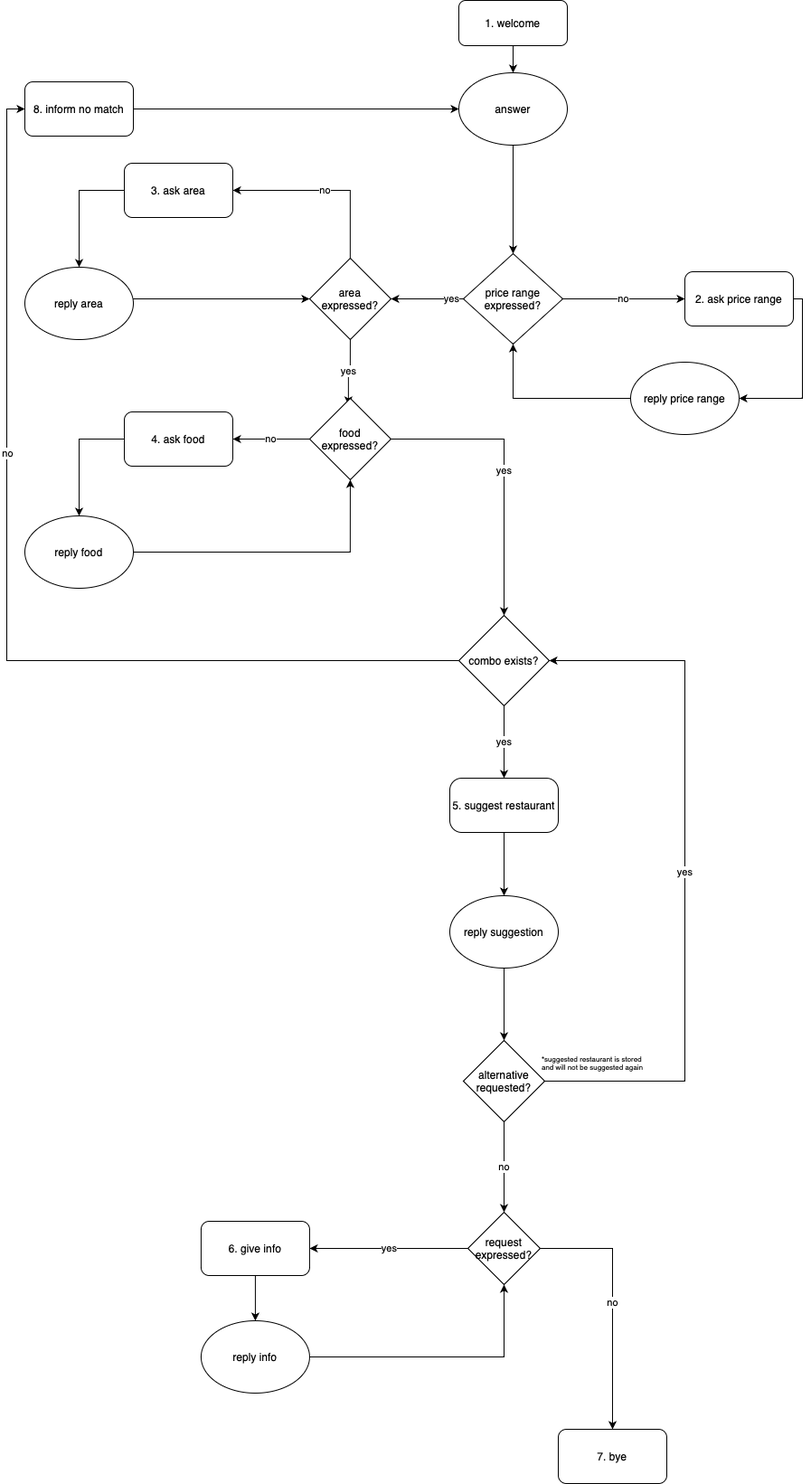
This is figs/1b_dialogdiagram.drawio.png from annebelleo/MAIR-group12, a draw.io export, as it was before one commit. Source tidied: cells renumbered, new cells last; positions are measured from the earlier drawing's top-left corner, leaving out a move shared by most shapes.
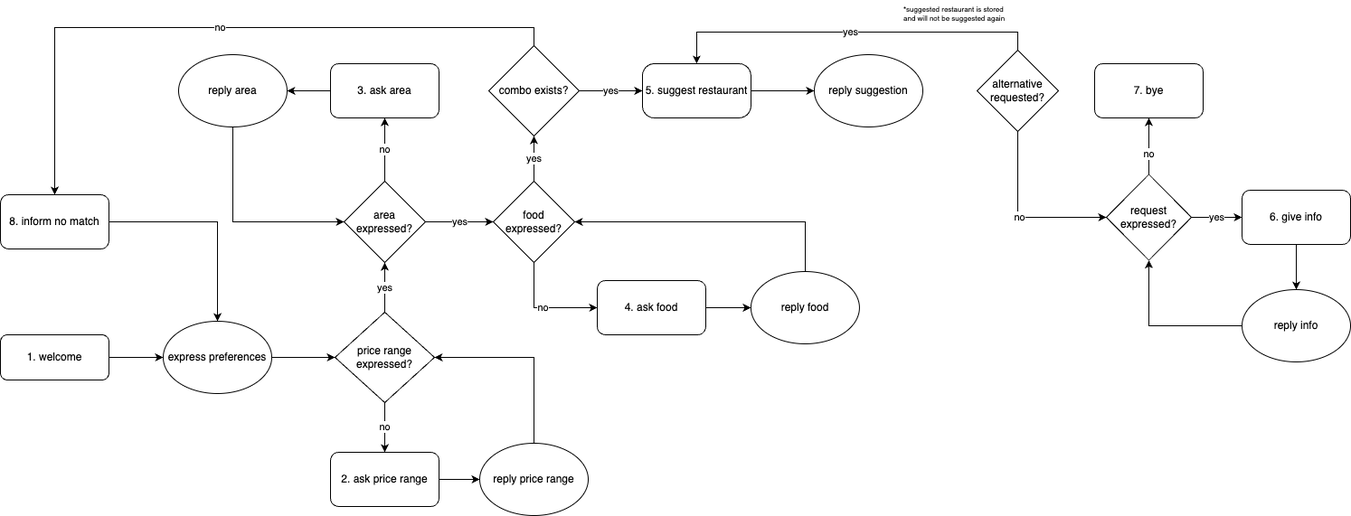
After the change.

Commit message:
updated diagram for report

Change to the diagram source:
```diff
@@ -2,176 +2,143 @@
   <root>
     <mxCell id="0" />
     <mxCell id="1" parent="0" />
-    <mxCell id="2" style="edgeStyle=orthogonalEdgeStyle;rounded=0;jettySize=auto;html=1;exitX=0.5;exitY=1;exitDx=0;exitDy=0;entryX=0.5;entryY=0;entryDx=0;entryDy=0;" parent="1" edge="1" source="3" target="5">
-      <mxGeometry relative="1" as="geometry" />
-    </mxCell>
+    <mxCell id="49" style="edgeStyle=orthogonalEdgeStyle;rounded=0;jettySize=auto;html=1;exitX=1;exitY=0.5;exitDx=0;exitDy=0;entryX=0;entryY=0.5;entryDx=0;entryDy=0;" parent="1" edge="1" source="3" target="51">
+      <mxGeometry relative="1" as="geometry" />
+    </mxCell>
     <mxCell id="3" value="1. welcome" style="rounded=1;whiteSpace=wrap;html=1;" parent="1" vertex="1">
-      <mxGeometry x="480" width="120" height="50" as="geometry" />
+      <mxGeometry x="-560" y="-500" width="120" height="50" as="geometry" />
     </mxCell>
-    <mxCell id="4" style="edgeStyle=orthogonalEdgeStyle;rounded=0;jettySize=auto;html=1;entryX=0.5;entryY=0;entryDx=0;entryDy=0;" parent="1" edge="1" source="5" target="8">
-      <mxGeometry relative="1" as="geometry" />
-    </mxCell>
-    <mxCell id="5" value="answer" style="ellipse;whiteSpace=wrap;html=1;" parent="1" vertex="1">
-      <mxGeometry x="480" y="80" width="120" height="80" as="geometry" />
-    </mxCell>
-    <mxCell id="6" value="no" style="edgeStyle=orthogonalEdgeStyle;rounded=0;jettySize=auto;html=1;exitX=1;exitY=0.5;exitDx=0;exitDy=0;" parent="1" edge="1" source="8" target="10">
-      <mxGeometry relative="1" as="geometry" />
-    </mxCell>
+    <mxCell id="50" style="edgeStyle=orthogonalEdgeStyle;rounded=0;jettySize=auto;html=1;exitX=1;exitY=0.5;exitDx=0;exitDy=0;entryX=0;entryY=0.5;entryDx=0;entryDy=0;" parent="1" edge="1" source="51" target="8">
+      <mxGeometry relative="1" as="geometry" />
+    </mxCell>
+    <mxCell id="51" value="express preferences" style="ellipse;whiteSpace=wrap;html=1;" parent="1" vertex="1">
+      <mxGeometry x="-380" y="-515" width="120" height="80" as="geometry" />
+    </mxCell>
+    <mxCell id="52" style="edgeStyle=orthogonalEdgeStyle;rounded=0;jettySize=auto;html=1;exitX=1;exitY=0.5;exitDx=0;exitDy=0;entryX=0.5;entryY=0;entryDx=0;entryDy=0;" parent="1" edge="1" source="38" target="51">
+      <mxGeometry relative="1" as="geometry" />
+    </mxCell>
+    <mxCell id="38" value="8. inform no match" style="rounded=1;whiteSpace=wrap;html=1;" parent="1" vertex="1">
+      <mxGeometry x="-560" y="-655" width="120" height="60" as="geometry" />
+    </mxCell>
+    <mxCell id="24" value="no" style="edgeStyle=orthogonalEdgeStyle;rounded=0;jettySize=auto;html=1;exitX=0.5;exitY=1;exitDx=0;exitDy=0;entryX=0.5;entryY=0;entryDx=0;entryDy=0;" parent="1" edge="1" source="8" target="10">
+      <mxGeometry relative="1" as="geometry" />
+    </mxCell>
-    <mxCell id="7" value="yes" style="edgeStyle=orthogonalEdgeStyle;rounded=0;jettySize=auto;html=1;exitX=0;exitY=0;exitDx=0;exitDy=0;" parent="1" edge="1" source="8" target="33">
-      <mxGeometry relative="1" as="geometry">
-        <Array as="points">
-          <mxPoint x="513" y="330" />
-          <mxPoint x="345" y="330" />
-        </Array>
-      </mxGeometry>
+    <mxCell id="7" value="yes" style="edgeStyle=orthogonalEdgeStyle;rounded=0;jettySize=auto;html=1;exitX=0.5;exitY=0;exitDx=0;exitDy=0;entryX=0.5;entryY=1;entryDx=0;entryDy=0;" parent="1" edge="1" source="8" target="33">
+      <mxGeometry relative="1" as="geometry" />
     </mxCell>
     <mxCell id="8" value="price range expressed?" style="rhombus;whiteSpace=wrap;html=1;" parent="1" vertex="1">
-      <mxGeometry x="485" y="280" width="110" height="100" as="geometry" />
+      <mxGeometry x="-190" y="-525" width="110" height="100" as="geometry" />
     </mxCell>
-    <mxCell id="9" style="edgeStyle=orthogonalEdgeStyle;rounded=0;jettySize=auto;html=1;exitX=1;exitY=0.5;exitDx=0;exitDy=0;entryX=1;entryY=0.5;entryDx=0;entryDy=0;" parent="1" edge="1" source="10" target="14">
-      <mxGeometry relative="1" as="geometry">
-        <Array as="points">
-          <mxPoint x="860" y="330" />
-          <mxPoint x="860" y="440" />
-        </Array>
-      </mxGeometry>
+    <mxCell id="9" style="edgeStyle=orthogonalEdgeStyle;rounded=0;jettySize=auto;html=1;exitX=1;exitY=0.5;exitDx=0;exitDy=0;entryX=0;entryY=0.5;entryDx=0;entryDy=0;" parent="1" edge="1" source="10" target="14">
+      <mxGeometry relative="1" as="geometry" />
     </mxCell>
     <mxCell id="10" value="2. ask price range" style="rounded=1;whiteSpace=wrap;html=1;" parent="1" vertex="1">
-      <mxGeometry x="730" y="300" width="120" height="60" as="geometry" />
+      <mxGeometry x="-195" y="-370" width="120" height="60" as="geometry" />
     </mxCell>
+    <mxCell id="13" style="edgeStyle=orthogonalEdgeStyle;rounded=0;jettySize=auto;html=1;exitX=0.5;exitY=0;exitDx=0;exitDy=0;entryX=1;entryY=0.5;entryDx=0;entryDy=0;" parent="1" edge="1" source="14" target="8">
+      <mxGeometry relative="1" as="geometry" />
+    </mxCell>
+    <mxCell id="14" value="reply price range" style="ellipse;whiteSpace=wrap;html=1;" parent="1" vertex="1">
+      <mxGeometry x="-30" y="-380" width="120" height="80" as="geometry" />
+    </mxCell>
+    <mxCell id="32" value="no" style="edgeStyle=orthogonalEdgeStyle;rounded=0;jettySize=auto;html=1;exitX=0.5;exitY=0;exitDx=0;exitDy=0;entryX=0.5;entryY=1;entryDx=0;entryDy=0;" parent="1" edge="1" source="33" target="12">
+      <mxGeometry relative="1" as="geometry" />
+    </mxCell>
+    <mxCell id="31" value="yes" style="edgeStyle=orthogonalEdgeStyle;rounded=0;jettySize=auto;html=1;exitX=1;exitY=0.5;exitDx=0;exitDy=0;entryX=0;entryY=0.5;entryDx=0;entryDy=0;" parent="1" edge="1" source="33" target="36">
+      <mxGeometry relative="1" as="geometry" />
+    </mxCell>
+    <mxCell id="33" value="area expressed?" style="rhombus;whiteSpace=wrap;html=1;" parent="1" vertex="1">
+      <mxGeometry x="-180" y="-670" width="90" height="90" as="geometry" />
+    </mxCell>
-    <mxCell id="11" style="edgeStyle=orthogonalEdgeStyle;rounded=0;jettySize=auto;html=1;entryX=0.5;entryY=0;entryDx=0;entryDy=0;exitX=0;exitY=0.5;exitDx=0;exitDy=0;" parent="1" edge="1" source="12" target="16">
+    <mxCell id="11" style="edgeStyle=orthogonalEdgeStyle;rounded=0;jettySize=auto;html=1;exitX=0;exitY=0.5;exitDx=0;exitDy=0;entryX=1;entryY=0.5;entryDx=0;entryDy=0;" parent="1" edge="1" source="12" target="16">
       <mxGeometry relative="1" as="geometry" />
     </mxCell>
     <mxCell id="12" value="3. ask area" style="rounded=1;whiteSpace=wrap;html=1;" parent="1" vertex="1">
-      <mxGeometry x="110" y="180" width="120" height="60" as="geometry" />
+      <mxGeometry x="-195" y="-800" width="120" height="60" as="geometry" />
     </mxCell>
-    <mxCell id="13" style="edgeStyle=orthogonalEdgeStyle;rounded=0;jettySize=auto;html=1;entryX=0.5;entryY=1;entryDx=0;entryDy=0;" parent="1" edge="1" source="14" target="8">
-      <mxGeometry relative="1" as="geometry" />
-    </mxCell>
-    <mxCell id="14" value="reply price range" style="ellipse;whiteSpace=wrap;html=1;" parent="1" vertex="1">
-      <mxGeometry x="670" y="400" width="120" height="80" as="geometry" />
-    </mxCell>
-    <mxCell id="15" style="edgeStyle=orthogonalEdgeStyle;rounded=0;jettySize=auto;html=1;entryX=0;entryY=0.5;entryDx=0;entryDy=0;" parent="1" edge="1" source="16" target="33">
-      <mxGeometry relative="1" as="geometry">
-        <Array as="points">
-          <mxPoint x="100" y="330" />
-        </Array>
-      </mxGeometry>
+    <mxCell id="15" style="edgeStyle=orthogonalEdgeStyle;rounded=0;jettySize=auto;html=1;exitX=0.5;exitY=1;exitDx=0;exitDy=0;entryX=0;entryY=0.5;entryDx=0;entryDy=0;" parent="1" edge="1" source="16" target="33">
+      <mxGeometry relative="1" as="geometry" />
     </mxCell>
     <mxCell id="16" value="reply area" style="ellipse;whiteSpace=wrap;html=1;" parent="1" vertex="1">
-      <mxGeometry y="295" width="120" height="80" as="geometry" />
+      <mxGeometry x="-363" y="-810" width="120" height="80" as="geometry" />
     </mxCell>
+    <mxCell id="34" value="no" style="edgeStyle=orthogonalEdgeStyle;rounded=0;jettySize=auto;html=1;exitX=0.5;exitY=1;exitDx=0;exitDy=0;entryX=0;entryY=0.5;entryDx=0;entryDy=0;" parent="1" edge="1" source="36" target="18">
+      <mxGeometry relative="1" as="geometry" />
+    </mxCell>
+    <mxCell id="35" value="yes" style="edgeStyle=orthogonalEdgeStyle;rounded=0;jettySize=auto;html=1;exitX=0.5;exitY=0;exitDx=0;exitDy=0;entryX=0.5;entryY=1;entryDx=0;entryDy=0;" parent="1" edge="1" source="36" target="30">
+      <mxGeometry relative="1" as="geometry" />
+    </mxCell>
+    <mxCell id="36" value="food expressed?" style="rhombus;whiteSpace=wrap;html=1;" parent="1" vertex="1">
+      <mxGeometry x="-15" y="-670" width="90" height="90" as="geometry" />
+    </mxCell>
-    <mxCell id="17" style="edgeStyle=orthogonalEdgeStyle;rounded=0;jettySize=auto;html=1;exitX=0;exitY=0.5;exitDx=0;exitDy=0;entryX=0.5;entryY=0;entryDx=0;entryDy=0;" parent="1" edge="1" source="18" target="20">
+    <mxCell id="17" style="edgeStyle=orthogonalEdgeStyle;rounded=0;jettySize=auto;html=1;exitX=1;exitY=0.5;exitDx=0;exitDy=0;entryX=0;entryY=0.5;entryDx=0;entryDy=0;" parent="1" edge="1" source="18" target="20">
       <mxGeometry relative="1" as="geometry" />
     </mxCell>
     <mxCell id="18" value="4. ask food" style="rounded=1;whiteSpace=wrap;html=1;" parent="1" vertex="1">
-      <mxGeometry x="110" y="455" width="120" height="60" as="geometry" />
+      <mxGeometry x="100" y="-560" width="120" height="60" as="geometry" />
     </mxCell>
-    <mxCell id="19" style="edgeStyle=orthogonalEdgeStyle;rounded=0;jettySize=auto;html=1;entryX=0.5;entryY=1;entryDx=0;entryDy=0;" parent="1" edge="1" source="20" target="36">
+    <mxCell id="19" style="edgeStyle=orthogonalEdgeStyle;rounded=0;jettySize=auto;html=1;exitX=0.5;exitY=0;exitDx=0;exitDy=0;entryX=1;entryY=0.5;entryDx=0;entryDy=0;" parent="1" edge="1" source="20" target="36">
       <mxGeometry relative="1" as="geometry" />
     </mxCell>
     <mxCell id="20" value="reply food" style="ellipse;whiteSpace=wrap;html=1;" parent="1" vertex="1">
-      <mxGeometry y="570" width="120" height="80" as="geometry" />
+      <mxGeometry x="269.9" y="-570" width="120" height="80" as="geometry" />
     </mxCell>
+    <mxCell id="28" value="no" style="edgeStyle=orthogonalEdgeStyle;rounded=0;jettySize=auto;html=1;exitX=0.5;exitY=0;exitDx=0;exitDy=0;entryX=0.5;entryY=0;entryDx=0;entryDy=0;" parent="1" edge="1" source="30" target="38">
+      <mxGeometry relative="1" as="geometry" />
+    </mxCell>
+    <mxCell id="27" value="yes" style="edgeStyle=orthogonalEdgeStyle;rounded=0;jettySize=auto;html=1;exitX=1;exitY=0.5;exitDx=0;exitDy=0;" parent="1" edge="1" source="30" target="21">
+      <mxGeometry relative="1" as="geometry" />
+    </mxCell>
+    <mxCell id="30" value="combo exists?" style="rhombus;whiteSpace=wrap;html=1;" parent="1" vertex="1">
+      <mxGeometry x="-20" y="-820" width="100" height="100" as="geometry" />
+    </mxCell>
+    <mxCell id="39" style="edgeStyle=orthogonalEdgeStyle;rounded=0;jettySize=auto;html=1;exitX=1;exitY=0.5;exitDx=0;exitDy=0;entryX=0;entryY=0.5;entryDx=0;entryDy=0;" parent="1" edge="1" source="21" target="23">
+      <mxGeometry relative="1" as="geometry" />
+    </mxCell>
     <mxCell id="21" value="5. suggest restaurant" style="rounded=1;whiteSpace=wrap;html=1;arcSize=22;" parent="1" vertex="1">
-      <mxGeometry x="470" y="860" width="120" height="60" as="geometry" />
+      <mxGeometry x="149.9" y="-800" width="120" height="60" as="geometry" />
     </mxCell>
-    <mxCell id="22" style="edgeStyle=orthogonalEdgeStyle;rounded=0;jettySize=auto;html=1;exitX=0.5;exitY=1;exitDx=0;exitDy=0;entryX=0.5;entryY=0;entryDx=0;entryDy=0;" parent="1" edge="1" source="23" target="26">
-      <mxGeometry relative="1" as="geometry" />
-    </mxCell>
     <mxCell id="23" value="reply suggestion" style="ellipse;whiteSpace=wrap;html=1;" parent="1" vertex="1">
-      <mxGeometry x="470" y="990" width="120" height="80" as="geometry" />
+      <mxGeometry x="340" y="-810" width="120" height="80" as="geometry" />
     </mxCell>
-    <mxCell id="24" value="no" style="edgeStyle=orthogonalEdgeStyle;rounded=0;jettySize=auto;html=1;exitX=0.5;exitY=1;exitDx=0;exitDy=0;entryX=0.5;entryY=0;entryDx=0;entryDy=0;" parent="1" edge="1" source="26" target="42">
-      <mxGeometry relative="1" as="geometry" />
-    </mxCell>
-    <mxCell id="25" value="yes" style="edgeStyle=orthogonalEdgeStyle;rounded=0;jettySize=auto;html=1;entryX=1;entryY=0.5;entryDx=0;entryDy=0;exitX=1;exitY=0.5;exitDx=0;exitDy=0;" parent="1" edge="1" source="26" target="30">
-      <mxGeometry relative="1" as="geometry">
-        <Array as="points">
-          <mxPoint x="730" y="1195" />
-          <mxPoint x="730" y="730" />
-        </Array>
-      </mxGeometry>
-    </mxCell>
+    <mxCell id="53" value="yes" style="edgeStyle=orthogonalEdgeStyle;rounded=0;jettySize=auto;html=1;exitX=0.5;exitY=0;exitDx=0;exitDy=0;entryX=0.5;entryY=0;entryDx=0;entryDy=0;" parent="1" edge="1" source="26" target="21">
+      <mxGeometry relative="1" as="geometry" />
+    </mxCell>
+    <mxCell id="54" value="no" style="edgeStyle=orthogonalEdgeStyle;rounded=0;jettySize=auto;html=1;exitX=0.5;exitY=1;exitDx=0;exitDy=0;entryX=0;entryY=0.5;entryDx=0;entryDy=0;" parent="1" edge="1" source="26" target="42">
+      <mxGeometry relative="1" as="geometry" />
+    </mxCell>
     <mxCell id="26" value="alternative requested?" style="rhombus;whiteSpace=wrap;html=1;" parent="1" vertex="1">
-      <mxGeometry x="485" y="1150" width="90" height="90" as="geometry" />
+      <mxGeometry x="520" y="-815" width="90" height="90" as="geometry" />
     </mxCell>
-    <mxCell id="27" value="yes" style="edgeStyle=orthogonalEdgeStyle;rounded=0;jettySize=auto;html=1;exitX=0.5;exitY=1;exitDx=0;exitDy=0;entryX=0.5;entryY=0;entryDx=0;entryDy=0;" parent="1" edge="1" source="30" target="21">
-      <mxGeometry relative="1" as="geometry" />
-    </mxCell>
-    <mxCell id="28" style="edgeStyle=orthogonalEdgeStyle;rounded=0;jettySize=auto;html=1;exitX=0;exitY=0.5;exitDx=0;exitDy=0;entryX=0;entryY=0.5;entryDx=0;entryDy=0;" parent="1" edge="1" source="30" target="38">
-      <mxGeometry relative="1" as="geometry" />
-    </mxCell>
-    <mxCell id="29" value="no" style="edgeLabel;html=1;align=center;verticalAlign=middle;" parent="28" vertex="1">
-      <mxGeometry x="0.29" relative="1" as="geometry">
-        <mxPoint y="-1" as="offset" />
-      </mxGeometry>
-    </mxCell>
-    <mxCell id="30" value="combo exists?" style="rhombus;whiteSpace=wrap;html=1;" parent="1" vertex="1">
-      <mxGeometry x="480" y="680" width="100" height="100" as="geometry" />
-    </mxCell>
-    <mxCell id="31" value="yes&lt;br&gt;" style="edgeStyle=orthogonalEdgeStyle;rounded=0;jettySize=auto;html=1;exitX=0.5;exitY=1;exitDx=0;exitDy=0;entryX=0.477;entryY=0.077;entryDx=0;entryDy=0;entryPerimeter=0;" parent="1" edge="1" source="33" target="36">
-      <mxGeometry relative="1" as="geometry" />
-    </mxCell>
-    <mxCell id="32" value="no" style="edgeStyle=orthogonalEdgeStyle;rounded=0;jettySize=auto;html=1;entryX=1;entryY=0.5;entryDx=0;entryDy=0;" parent="1" edge="1" source="33" target="12">
-      <mxGeometry relative="1" as="geometry">
-        <Array as="points">
-          <mxPoint x="360" y="210" />
-        </Array>
-      </mxGeometry>
-    </mxCell>
-    <mxCell id="33" value="area expressed?" style="rhombus;whiteSpace=wrap;html=1;" parent="1" vertex="1">
-      <mxGeometry x="314.9" y="285" width="90" height="90" as="geometry" />
-    </mxCell>
-    <mxCell id="34" value="no" style="edgeStyle=orthogonalEdgeStyle;rounded=0;jettySize=auto;html=1;entryX=1;entryY=0.5;entryDx=0;entryDy=0;" parent="1" edge="1" source="36" target="18">
-      <mxGeometry relative="1" as="geometry" />
-    </mxCell>
-    <mxCell id="35" value="yes" style="edgeStyle=orthogonalEdgeStyle;rounded=0;jettySize=auto;html=1;entryX=0.5;entryY=0;entryDx=0;entryDy=0;" parent="1" edge="1" source="36" target="30">
-      <mxGeometry relative="1" as="geometry" />
-    </mxCell>
-    <mxCell id="36" value="food expressed?" style="rhombus;whiteSpace=wrap;html=1;" parent="1" vertex="1">
-      <mxGeometry x="314.9" y="440" width="90" height="90" as="geometry" />
-    </mxCell>
-    <mxCell id="37" style="edgeStyle=orthogonalEdgeStyle;rounded=0;jettySize=auto;html=1;exitX=1;exitY=0.5;exitDx=0;exitDy=0;entryX=0;entryY=0.5;entryDx=0;entryDy=0;" parent="1" edge="1" source="38" target="5">
-      <mxGeometry relative="1" as="geometry" />
-    </mxCell>
-    <mxCell id="38" value="8. inform no match" style="rounded=1;whiteSpace=wrap;html=1;" parent="1" vertex="1">
-      <mxGeometry y="90" width="120" height="60" as="geometry" />
-    </mxCell>
-    <mxCell id="39" style="edgeStyle=orthogonalEdgeStyle;rounded=0;jettySize=auto;html=1;entryX=0.5;entryY=0;entryDx=0;entryDy=0;" parent="1" edge="1" source="21" target="23">
-      <mxGeometry relative="1" as="geometry" />
-    </mxCell>
+    <mxCell id="48" value="*suggested restaurant is stored and will not be suggested again" style="text;html=1;strokeColor=none;fillColor=none;align=left;verticalAlign=middle;whiteSpace=wrap;rounded=0;fontSize=8;" parent="1" vertex="1">
+      <mxGeometry x="437" y="-870" width="126" height="30" as="geometry" />
+    </mxCell>
+    <mxCell id="43" style="edgeStyle=orthogonalEdgeStyle;rounded=0;jettySize=auto;html=1;exitX=0.5;exitY=1;exitDx=0;exitDy=0;entryX=0.5;entryY=0;entryDx=0;entryDy=0;" parent="1" edge="1" source="44" target="47">
+      <mxGeometry relative="1" as="geometry" />
+    </mxCell>
+    <mxCell id="44" value="6. give info" style="rounded=1;whiteSpace=wrap;html=1;" parent="1" vertex="1">
+      <mxGeometry x="813" y="-660" width="120" height="60" as="geometry" />
+    </mxCell>
+    <mxCell id="46" style="edgeStyle=orthogonalEdgeStyle;rounded=0;jettySize=auto;html=1;exitX=0;exitY=0.5;exitDx=0;exitDy=0;entryX=0.5;entryY=1;entryDx=0;entryDy=0;" parent="1" edge="1" source="47" target="42">
+      <mxGeometry relative="1" as="geometry" />
+    </mxCell>
+    <mxCell id="47" value="reply info" style="ellipse;whiteSpace=wrap;html=1;" parent="1" vertex="1">
+      <mxGeometry x="813" y="-550" width="120" height="80" as="geometry" />
+    </mxCell>
-    <mxCell id="40" value="yes" style="edgeStyle=orthogonalEdgeStyle;rounded=0;jettySize=auto;html=1;entryX=1;entryY=0.5;entryDx=0;entryDy=0;" parent="1" edge="1" source="42" target="44">
+    <mxCell id="40" value="yes" style="edgeStyle=orthogonalEdgeStyle;rounded=0;jettySize=auto;html=1;exitX=1;exitY=0.5;exitDx=0;exitDy=0;entryX=0;entryY=0.5;entryDx=0;entryDy=0;" parent="1" edge="1" source="42" target="44">
       <mxGeometry relative="1" as="geometry" />
     </mxCell>
-    <mxCell id="41" value="no" style="edgeStyle=orthogonalEdgeStyle;rounded=0;jettySize=auto;html=1;" parent="1" edge="1" source="42" target="45">
-      <mxGeometry relative="1" as="geometry">
-        <Array as="points">
-          <mxPoint x="650" y="1380" />
-          <mxPoint x="650" y="1610" />
-        </Array>
-      </mxGeometry>
+    <mxCell id="41" style="edgeStyle=orthogonalEdgeStyle;rounded=0;jettySize=auto;html=1;exitX=0.5;exitY=0;exitDx=0;exitDy=0;entryX=0.5;entryY=1;entryDx=0;entryDy=0;" parent="1" edge="1" source="42" target="45">
+      <mxGeometry relative="1" as="geometry" />
     </mxCell>
+    <mxCell id="29" value="no" style="edgeLabel;html=1;align=center;verticalAlign=middle;" parent="41" vertex="1">
+      <mxGeometry x="-0.27" y="1" relative="1" as="geometry" />
+    </mxCell>
     <mxCell id="42" value="request expressed?" style="rhombus;whiteSpace=wrap;html=1;" parent="1" vertex="1">
-      <mxGeometry x="490" y="1340" width="80" height="80" as="geometry" />
+      <mxGeometry x="663" y="-677.5" width="94" height="95" as="geometry" />
     </mxCell>
-    <mxCell id="43" style="edgeStyle=orthogonalEdgeStyle;rounded=0;jettySize=auto;html=1;" parent="1" edge="1" source="44" target="47">
-      <mxGeometry relative="1" as="geometry" />
-    </mxCell>
-    <mxCell id="44" value="6. give info" style="rounded=1;whiteSpace=wrap;html=1;" parent="1" vertex="1">
-      <mxGeometry x="194.9" y="1350" width="120" height="60" as="geometry" />
-    </mxCell>
     <mxCell id="45" value="7. bye" style="rounded=1;whiteSpace=wrap;html=1;" parent="1" vertex="1">
-      <mxGeometry x="590" y="1580" width="120" height="60" as="geometry" />
+      <mxGeometry x="650" y="-800" width="120" height="60" as="geometry" />
     </mxCell>
-    <mxCell id="46" style="edgeStyle=orthogonalEdgeStyle;rounded=0;jettySize=auto;html=1;entryX=0.5;entryY=1;entryDx=0;entryDy=0;" parent="1" edge="1" source="47" target="42">
-      <mxGeometry relative="1" as="geometry" />
-    </mxCell>
-    <mxCell id="47" value="reply info" style="ellipse;whiteSpace=wrap;html=1;" parent="1" vertex="1">
-      <mxGeometry x="194.9" y="1460" width="120" height="80" as="geometry" />
-    </mxCell>
-    <mxCell id="48" value="*suggested restaurant is stored and will not be suggested again" style="text;html=1;strokeColor=none;fillColor=none;align=left;verticalAlign=middle;whiteSpace=wrap;rounded=0;fontSize=8;" parent="1" vertex="1">
-      <mxGeometry x="570" y="1160" width="126" height="30" as="geometry" />
-    </mxCell>
   </root>
 </mxGraphModel>
```
